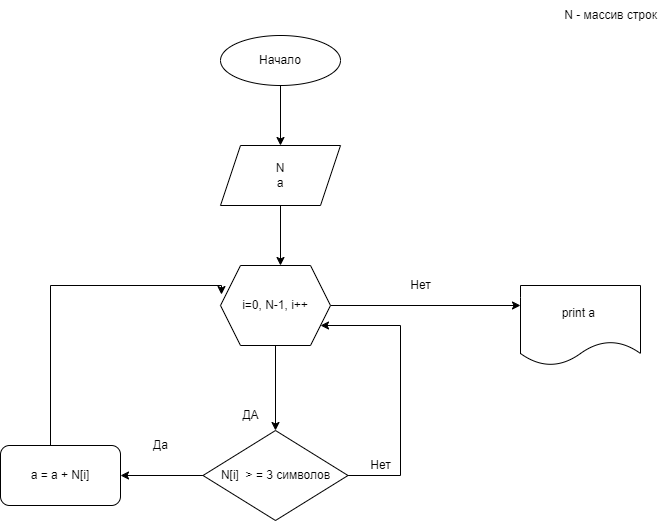
IslamshinAA/final_test_work keeps this draw.io diagram as блок-схема.png. Above is the earlier version. Source tidied: cells renumbered, new cells last; positions are measured from the earlier drawing's top-left corner, leaving out a move shared by most shapes.
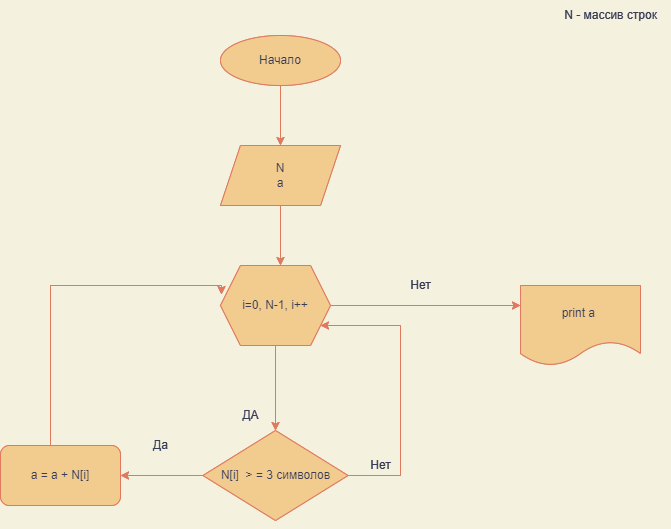
Above is the later version.

Diff of the diagram source:
```diff
@@ -1,86 +1,167 @@
-<mxGraphModel>
+<mxGraphModel background="#F4F1DE">
   <root>
     <mxCell id="0" />
     <mxCell id="1" parent="0" />
-    <mxCell id="2" style="edgeStyle=orthogonalEdgeStyle;rounded=0;jettySize=auto;html=1;" parent="1" edge="1" source="3">
-      <mxGeometry relative="1" as="geometry">
-        <mxPoint x="280" y="145" as="targetPoint" />
-      </mxGeometry>
-    </mxCell>
-    <mxCell id="3" value="Начало" style="ellipse;whiteSpace=wrap;html=1;" parent="1" vertex="1">
-      <mxGeometry x="220" y="35" width="120" height="50" as="geometry" />
-    </mxCell>
-    <mxCell id="4" style="edgeStyle=orthogonalEdgeStyle;rounded=0;jettySize=auto;html=1;" parent="1" edge="1" source="5">
-      <mxGeometry relative="1" as="geometry">
-        <mxPoint x="280" y="265" as="targetPoint" />
-      </mxGeometry>
-    </mxCell>
-    <mxCell id="5" value="N&lt;br&gt;a" style="shape=parallelogram;perimeter=parallelogramPerimeter;whiteSpace=wrap;html=1;fixedSize=1;" parent="1" vertex="1">
-      <mxGeometry x="220" y="145" width="120" height="60" as="geometry" />
-    </mxCell>
-    <mxCell id="6" value="N - массив строк" style="text;html=1;align=center;verticalAlign=middle;strokeColor=none;fillColor=none;" parent="1" vertex="1">
-      <mxGeometry x="550" width="120" height="30" as="geometry" />
-    </mxCell>
-    <mxCell id="7" style="edgeStyle=orthogonalEdgeStyle;rounded=0;jettySize=auto;html=1;startArrow=none;" parent="1" edge="1" source="15">
-      <mxGeometry relative="1" as="geometry">
-        <mxPoint x="275" y="495" as="targetPoint" />
-        <Array as="points">
-          <mxPoint x="275" y="475" />
-        </Array>
-      </mxGeometry>
-    </mxCell>
-    <mxCell id="8" style="edgeStyle=orthogonalEdgeStyle;rounded=0;jettySize=auto;html=1;" parent="1" edge="1" source="10">
-      <mxGeometry relative="1" as="geometry">
-        <mxPoint x="520" y="305" as="targetPoint" />
-      </mxGeometry>
-    </mxCell>
-    <mxCell id="9" style="edgeStyle=orthogonalEdgeStyle;rounded=0;jettySize=auto;html=1;entryX=0.5;entryY=0;entryDx=0;entryDy=0;" parent="1" edge="1" source="10" target="15">
-      <mxGeometry relative="1" as="geometry" />
-    </mxCell>
-    <mxCell id="10" value="i=0, N-1, i++" style="shape=hexagon;perimeter=hexagonPerimeter2;whiteSpace=wrap;html=1;fixedSize=1;" parent="1" vertex="1">
-      <mxGeometry x="220" y="265" width="110" height="80" as="geometry" />
-    </mxCell>
-    <mxCell id="11" value="ДА" style="text;html=1;align=center;verticalAlign=middle;strokeColor=none;fillColor=none;" parent="1" vertex="1">
-      <mxGeometry x="230" y="400" width="40" height="30" as="geometry" />
-    </mxCell>
-    <mxCell id="12" value="Нет" style="text;html=1;align=center;verticalAlign=middle;strokeColor=none;fillColor=none;" parent="1" vertex="1">
-      <mxGeometry x="400" y="270" width="40" height="30" as="geometry" />
-    </mxCell>
-    <mxCell id="13" style="edgeStyle=orthogonalEdgeStyle;rounded=0;jettySize=auto;html=1;" parent="1" edge="1" source="15">
-      <mxGeometry relative="1" as="geometry">
-        <mxPoint x="120" y="475" as="targetPoint" />
-      </mxGeometry>
-    </mxCell>
-    <mxCell id="14" style="edgeStyle=orthogonalEdgeStyle;rounded=0;jettySize=auto;html=1;" parent="1" edge="1" source="15" target="10">
-      <mxGeometry relative="1" as="geometry">
-        <Array as="points">
-          <mxPoint x="400" y="475" />
-          <mxPoint x="400" y="325" />
-        </Array>
-      </mxGeometry>
-    </mxCell>
-    <mxCell id="15" value="N[i]&amp;nbsp; &amp;gt; = 3 символов" style="rhombus;whiteSpace=wrap;html=1;" parent="1" vertex="1">
-      <mxGeometry x="202.5" y="430" width="145" height="90" as="geometry" />
-    </mxCell>
-    <mxCell id="16" value="Да" style="text;html=1;align=center;verticalAlign=middle;strokeColor=none;fillColor=none;" parent="1" vertex="1">
-      <mxGeometry x="140" y="430" width="40" height="30" as="geometry" />
-    </mxCell>
-    <mxCell id="17" value="Нет" style="text;html=1;align=center;verticalAlign=middle;strokeColor=none;fillColor=none;" parent="1" vertex="1">
-      <mxGeometry x="360" y="450" width="40" height="30" as="geometry" />
-    </mxCell>
-    <mxCell id="18" style="edgeStyle=orthogonalEdgeStyle;rounded=0;jettySize=auto;html=1;entryX=0.009;entryY=0.363;entryDx=0;entryDy=0;entryPerimeter=0;" parent="1" edge="1" source="19" target="10">
-      <mxGeometry relative="1" as="geometry">
-        <Array as="points">
-          <mxPoint x="50" y="285" />
-          <mxPoint x="221" y="285" />
-        </Array>
-      </mxGeometry>
-    </mxCell>
-    <mxCell id="19" value="a = a + N[i]" style="rounded=1;whiteSpace=wrap;html=1;" parent="1" vertex="1">
-      <mxGeometry y="445" width="120" height="60" as="geometry" />
-    </mxCell>
-    <mxCell id="20" value="print a&amp;nbsp;" style="shape=document;whiteSpace=wrap;html=1;boundedLbl=1;" parent="1" vertex="1">
-      <mxGeometry x="520" y="285" width="120" height="80" as="geometry" />
-    </mxCell>
+    <mxCell id="21" style="edgeStyle=orthogonalEdgeStyle;rounded=0;jettySize=auto;html=1;labelBackgroundColor=#F4F1DE;strokeColor=#E07A5F;fontColor=#393C56;" parent="1" edge="1" source="22">
+      <mxGeometry relative="1" as="geometry">
+        <mxPoint x="280" y="145" as="targetPoint" />
+      </mxGeometry>
+    </mxCell>
+    <mxCell id="22" value="Начало" style="ellipse;whiteSpace=wrap;html=1;fillColor=#F2CC8F;strokeColor=#E07A5F;fontColor=#393C56;" parent="1" vertex="1">
+      <mxGeometry x="220" y="35" width="120" height="50" as="geometry" />
+    </mxCell>
+    <mxCell id="23" style="edgeStyle=orthogonalEdgeStyle;rounded=0;jettySize=auto;html=1;labelBackgroundColor=#F4F1DE;strokeColor=#E07A5F;fontColor=#393C56;" parent="1" edge="1" source="24">
+      <mxGeometry relative="1" as="geometry">
+        <mxPoint x="280" y="265" as="targetPoint" />
+      </mxGeometry>
+    </mxCell>
+    <mxCell id="24" value="N&lt;br&gt;a" style="shape=parallelogram;perimeter=parallelogramPerimeter;whiteSpace=wrap;html=1;fixedSize=1;fillColor=#F2CC8F;strokeColor=#E07A5F;fontColor=#393C56;" parent="1" vertex="1">
+      <mxGeometry x="220" y="145" width="120" height="60" as="geometry" />
+    </mxCell>
+    <mxCell id="25" value="N - массив строк" style="text;html=1;align=center;verticalAlign=middle;strokeColor=none;fillColor=none;fontColor=#393C56;" parent="1" vertex="1">
+      <mxGeometry x="550" width="120" height="30" as="geometry" />
+    </mxCell>
+    <mxCell id="26" style="edgeStyle=orthogonalEdgeStyle;rounded=0;jettySize=auto;html=1;startArrow=none;labelBackgroundColor=#F4F1DE;strokeColor=#E07A5F;fontColor=#393C56;" parent="1" edge="1" source="34">
+      <mxGeometry relative="1" as="geometry">
+        <mxPoint x="275" y="495" as="targetPoint" />
+        <Array as="points">
+          <mxPoint x="275" y="475" />
+        </Array>
+      </mxGeometry>
+    </mxCell>
+    <mxCell id="27" style="edgeStyle=orthogonalEdgeStyle;rounded=0;jettySize=auto;html=1;labelBackgroundColor=#F4F1DE;strokeColor=#E07A5F;fontColor=#393C56;" parent="1" edge="1" source="29">
+      <mxGeometry relative="1" as="geometry">
+        <mxPoint x="520" y="305" as="targetPoint" />
+      </mxGeometry>
+    </mxCell>
+    <mxCell id="28" style="edgeStyle=orthogonalEdgeStyle;rounded=0;jettySize=auto;html=1;entryX=0.5;entryY=0;entryDx=0;entryDy=0;labelBackgroundColor=#F4F1DE;strokeColor=#E07A5F;fontColor=#393C56;" parent="1" edge="1" source="29" target="34">
+      <mxGeometry relative="1" as="geometry" />
+    </mxCell>
+    <mxCell id="29" value="i=0, N-1, i++" style="shape=hexagon;perimeter=hexagonPerimeter2;whiteSpace=wrap;html=1;fixedSize=1;fillColor=#F2CC8F;strokeColor=#E07A5F;fontColor=#393C56;" parent="1" vertex="1">
+      <mxGeometry x="220" y="265" width="110" height="80" as="geometry" />
+    </mxCell>
+    <mxCell id="30" value="ДА" style="text;html=1;align=center;verticalAlign=middle;strokeColor=none;fillColor=none;fontColor=#393C56;" parent="1" vertex="1">
+      <mxGeometry x="230" y="400" width="40" height="30" as="geometry" />
+    </mxCell>
+    <mxCell id="31" value="Нет" style="text;html=1;align=center;verticalAlign=middle;strokeColor=none;fillColor=none;fontColor=#393C56;" parent="1" vertex="1">
+      <mxGeometry x="400" y="270" width="40" height="30" as="geometry" />
+    </mxCell>
+    <mxCell id="32" style="edgeStyle=orthogonalEdgeStyle;rounded=0;jettySize=auto;html=1;labelBackgroundColor=#F4F1DE;strokeColor=#E07A5F;fontColor=#393C56;" parent="1" edge="1" source="34">
+      <mxGeometry relative="1" as="geometry">
+        <mxPoint x="120" y="475" as="targetPoint" />
+      </mxGeometry>
+    </mxCell>
+    <mxCell id="33" style="edgeStyle=orthogonalEdgeStyle;rounded=0;jettySize=auto;html=1;labelBackgroundColor=#F4F1DE;strokeColor=#E07A5F;fontColor=#393C56;" parent="1" edge="1" source="34" target="29">
+      <mxGeometry relative="1" as="geometry">
+        <Array as="points">
+          <mxPoint x="400" y="475" />
+          <mxPoint x="400" y="325" />
+        </Array>
+      </mxGeometry>
+    </mxCell>
+    <mxCell id="34" value="N[i]&amp;nbsp; &amp;gt; = 3 символов" style="rhombus;whiteSpace=wrap;html=1;fillColor=#F2CC8F;strokeColor=#E07A5F;fontColor=#393C56;" parent="1" vertex="1">
+      <mxGeometry x="202.5" y="430" width="145" height="90" as="geometry" />
+    </mxCell>
+    <mxCell id="35" value="Да" style="text;html=1;align=center;verticalAlign=middle;strokeColor=none;fillColor=none;fontColor=#393C56;" parent="1" vertex="1">
+      <mxGeometry x="140" y="430" width="40" height="30" as="geometry" />
+    </mxCell>
+    <mxCell id="36" value="Нет" style="text;html=1;align=center;verticalAlign=middle;strokeColor=none;fillColor=none;fontColor=#393C56;" parent="1" vertex="1">
+      <mxGeometry x="360" y="450" width="40" height="30" as="geometry" />
+    </mxCell>
+    <mxCell id="37" style="edgeStyle=orthogonalEdgeStyle;rounded=0;jettySize=auto;html=1;entryX=0.009;entryY=0.363;entryDx=0;entryDy=0;entryPerimeter=0;labelBackgroundColor=#F4F1DE;strokeColor=#E07A5F;fontColor=#393C56;" parent="1" edge="1" source="38" target="29">
+      <mxGeometry relative="1" as="geometry">
+        <Array as="points">
+          <mxPoint x="50" y="285" />
+          <mxPoint x="221" y="285" />
+        </Array>
+      </mxGeometry>
+    </mxCell>
+    <mxCell id="38" value="a = a + N[i]" style="rounded=1;whiteSpace=wrap;html=1;fillColor=#F2CC8F;strokeColor=#E07A5F;fontColor=#393C56;" parent="1" vertex="1">
+      <mxGeometry y="445" width="120" height="60" as="geometry" />
+    </mxCell>
+    <mxCell id="39" value="print a&amp;nbsp;" style="shape=document;whiteSpace=wrap;html=1;boundedLbl=1;fillColor=#F2CC8F;strokeColor=#E07A5F;fontColor=#393C56;" parent="1" vertex="1">
+      <mxGeometry x="520" y="285" width="120" height="80" as="geometry" />
+    </mxCell>
+    <mxCell id="40" value="Слой без названия" parent="0" />
+    <mxCell id="41" style="edgeStyle=orthogonalEdgeStyle;rounded=0;jettySize=auto;html=1;labelBackgroundColor=#F4F1DE;strokeColor=#E07A5F;fontColor=#393C56;" parent="40" edge="1" source="42">
+      <mxGeometry relative="1" as="geometry">
+        <mxPoint x="280" y="145" as="targetPoint" />
+      </mxGeometry>
+    </mxCell>
+    <mxCell id="42" value="Начало" style="ellipse;whiteSpace=wrap;html=1;fillColor=#F2CC8F;strokeColor=#E07A5F;fontColor=#393C56;" parent="40" vertex="1">
+      <mxGeometry x="220" y="35" width="120" height="50" as="geometry" />
+    </mxCell>
+    <mxCell id="43" style="edgeStyle=orthogonalEdgeStyle;rounded=0;jettySize=auto;html=1;labelBackgroundColor=#F4F1DE;strokeColor=#E07A5F;fontColor=#393C56;" parent="40" edge="1" source="44">
+      <mxGeometry relative="1" as="geometry">
+        <mxPoint x="280" y="265" as="targetPoint" />
+      </mxGeometry>
+    </mxCell>
+    <mxCell id="44" value="N&lt;br&gt;a" style="shape=parallelogram;perimeter=parallelogramPerimeter;whiteSpace=wrap;html=1;fixedSize=1;fillColor=#F2CC8F;strokeColor=#E07A5F;fontColor=#393C56;" parent="40" vertex="1">
+      <mxGeometry x="220" y="145" width="120" height="60" as="geometry" />
+    </mxCell>
+    <mxCell id="45" value="N - массив строк" style="text;html=1;align=center;verticalAlign=middle;strokeColor=none;fillColor=none;fontColor=#393C56;" parent="40" vertex="1">
+      <mxGeometry x="550" width="120" height="30" as="geometry" />
+    </mxCell>
+    <mxCell id="46" style="edgeStyle=orthogonalEdgeStyle;rounded=0;jettySize=auto;html=1;startArrow=none;labelBackgroundColor=#F4F1DE;strokeColor=#E07A5F;fontColor=#393C56;" parent="40" edge="1" source="54">
+      <mxGeometry relative="1" as="geometry">
+        <mxPoint x="275" y="495" as="targetPoint" />
+        <Array as="points">
+          <mxPoint x="275" y="475" />
+        </Array>
+      </mxGeometry>
+    </mxCell>
+    <mxCell id="47" style="edgeStyle=orthogonalEdgeStyle;rounded=0;jettySize=auto;html=1;labelBackgroundColor=#F4F1DE;strokeColor=#E07A5F;fontColor=#393C56;" parent="40" edge="1" source="49">
+      <mxGeometry relative="1" as="geometry">
+        <mxPoint x="520" y="305" as="targetPoint" />
+      </mxGeometry>
+    </mxCell>
+    <mxCell id="48" style="edgeStyle=orthogonalEdgeStyle;rounded=0;jettySize=auto;html=1;entryX=0.5;entryY=0;entryDx=0;entryDy=0;labelBackgroundColor=#F4F1DE;strokeColor=#E07A5F;fontColor=#393C56;" parent="40" edge="1" source="49" target="54">
+      <mxGeometry relative="1" as="geometry" />
+    </mxCell>
+    <mxCell id="49" value="i=0, N-1, i++" style="shape=hexagon;perimeter=hexagonPerimeter2;whiteSpace=wrap;html=1;fixedSize=1;fillColor=#F2CC8F;strokeColor=#E07A5F;fontColor=#393C56;" parent="40" vertex="1">
+      <mxGeometry x="220" y="265" width="110" height="80" as="geometry" />
+    </mxCell>
+    <mxCell id="50" value="ДА" style="text;html=1;align=center;verticalAlign=middle;strokeColor=none;fillColor=none;fontColor=#393C56;" parent="40" vertex="1">
+      <mxGeometry x="230" y="400" width="40" height="30" as="geometry" />
+    </mxCell>
+    <mxCell id="51" value="Нет" style="text;html=1;align=center;verticalAlign=middle;strokeColor=none;fillColor=none;fontColor=#393C56;" parent="40" vertex="1">
+      <mxGeometry x="400" y="270" width="40" height="30" as="geometry" />
+    </mxCell>
+    <mxCell id="52" style="edgeStyle=orthogonalEdgeStyle;rounded=0;jettySize=auto;html=1;labelBackgroundColor=#F4F1DE;strokeColor=#E07A5F;fontColor=#393C56;" parent="40" edge="1" source="54">
+      <mxGeometry relative="1" as="geometry">
+        <mxPoint x="120" y="475" as="targetPoint" />
+      </mxGeometry>
+    </mxCell>
+    <mxCell id="53" style="edgeStyle=orthogonalEdgeStyle;rounded=0;jettySize=auto;html=1;labelBackgroundColor=#F4F1DE;strokeColor=#E07A5F;fontColor=#393C56;" parent="40" edge="1" source="54" target="49">
+      <mxGeometry relative="1" as="geometry">
+        <Array as="points">
+          <mxPoint x="400" y="475" />
+          <mxPoint x="400" y="325" />
+        </Array>
+      </mxGeometry>
+    </mxCell>
+    <mxCell id="54" value="N[i]&amp;nbsp; &amp;gt; = 3 символов" style="rhombus;whiteSpace=wrap;html=1;fillColor=#F2CC8F;strokeColor=#E07A5F;fontColor=#393C56;" parent="40" vertex="1">
+      <mxGeometry x="202.5" y="430" width="145" height="90" as="geometry" />
+    </mxCell>
+    <mxCell id="55" value="Да" style="text;html=1;align=center;verticalAlign=middle;strokeColor=none;fillColor=none;fontColor=#393C56;" parent="40" vertex="1">
+      <mxGeometry x="140" y="430" width="40" height="30" as="geometry" />
+    </mxCell>
+    <mxCell id="56" value="Нет" style="text;html=1;align=center;verticalAlign=middle;strokeColor=none;fillColor=none;fontColor=#393C56;" parent="40" vertex="1">
+      <mxGeometry x="360" y="450" width="40" height="30" as="geometry" />
+    </mxCell>
+    <mxCell id="57" style="edgeStyle=orthogonalEdgeStyle;rounded=0;jettySize=auto;html=1;entryX=0.009;entryY=0.363;entryDx=0;entryDy=0;entryPerimeter=0;labelBackgroundColor=#F4F1DE;strokeColor=#E07A5F;fontColor=#393C56;" parent="40" edge="1" source="58" target="49">
+      <mxGeometry relative="1" as="geometry">
+        <Array as="points">
+          <mxPoint x="50" y="285" />
+          <mxPoint x="221" y="285" />
+        </Array>
+      </mxGeometry>
+    </mxCell>
+    <mxCell id="58" value="a = a + N[i]" style="rounded=1;whiteSpace=wrap;html=1;fillColor=#F2CC8F;strokeColor=#E07A5F;fontColor=#393C56;" parent="40" vertex="1">
+      <mxGeometry y="445" width="120" height="60" as="geometry" />
+    </mxCell>
+    <mxCell id="59" value="print a&amp;nbsp;" style="shape=document;whiteSpace=wrap;html=1;boundedLbl=1;fillColor=#F2CC8F;strokeColor=#E07A5F;fontColor=#393C56;" parent="40" vertex="1">
+      <mxGeometry x="520" y="285" width="120" height="80" as="geometry" />
+    </mxCell>
   </root>
 </mxGraphModel>
```
